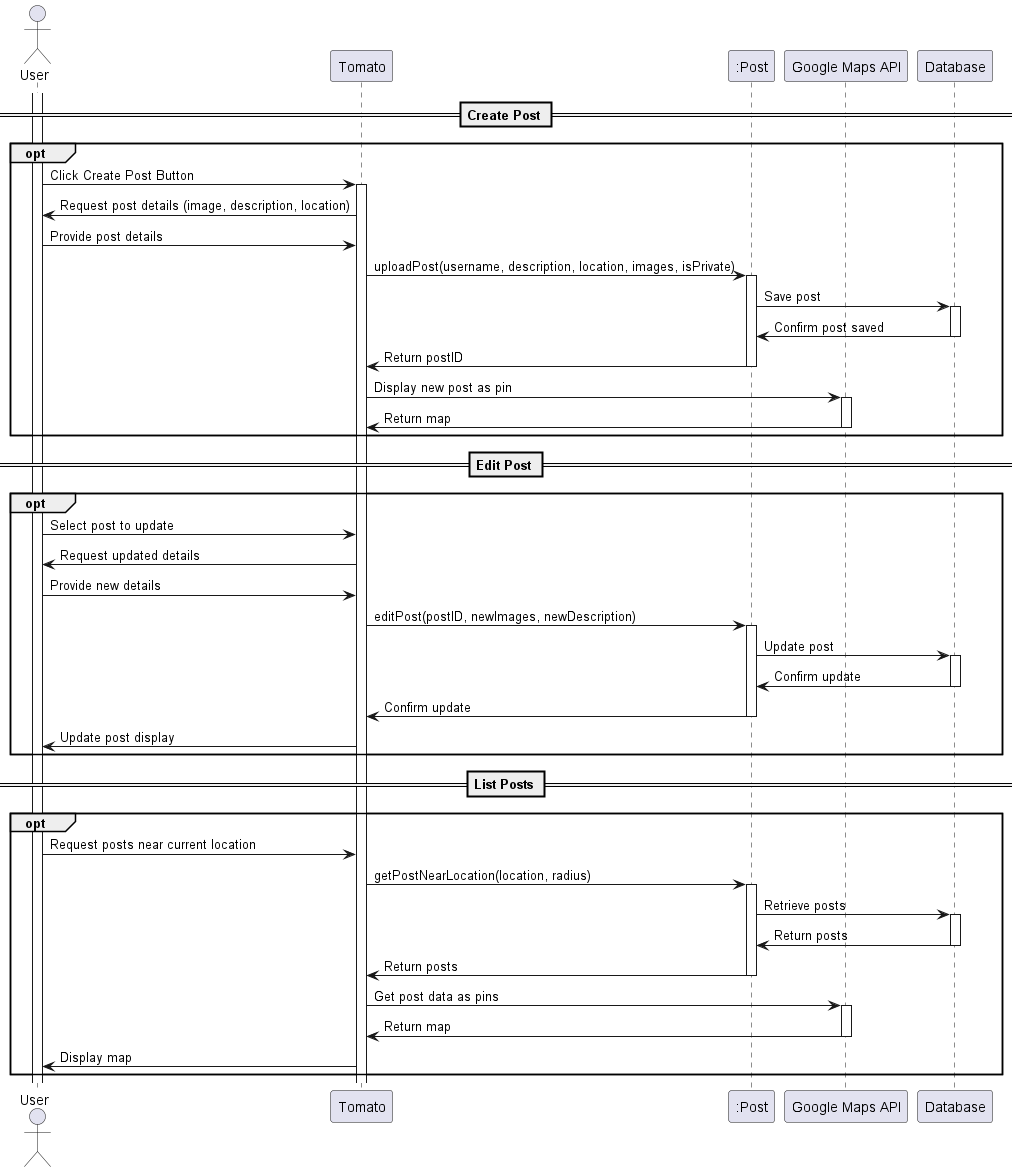
This is documentation/images/manage_posts.png from xuantungbrian/Tomato, a PlantUML export, as it was before one commit.
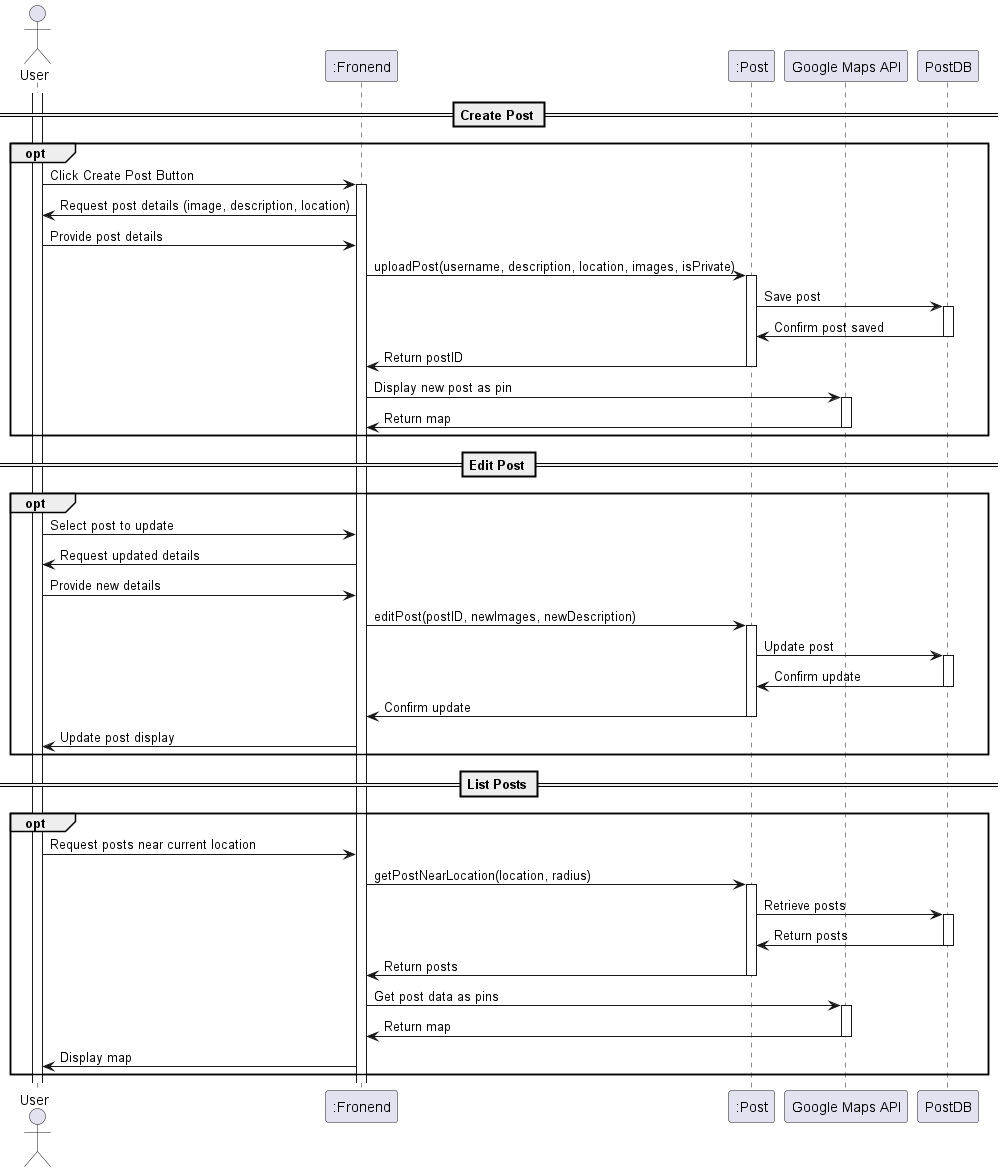
Above is the later version.

Change to the diagram source:
```diff
@@ -1,10 +1,10 @@
 @startuml
 
 actor User
-participant "Tomato" as App
+participant ":Fronend" as App
 participant ":Post" as Post
 participant "Google Maps API" as Maps
-participant "Database" as DB
+participant "PostDB" as DB
 
 activate User
 == Create Post ==
```
